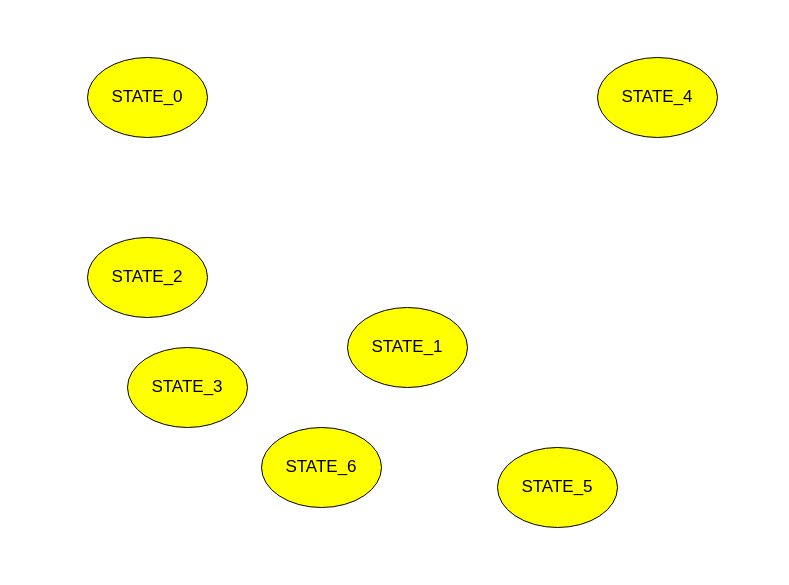
The draw.io diagram Untitled Diagram.drawio in Alves201/Sl-trabalho-final, before the edit. Source tidied: cells renumbered, new cells numbered last; positions are measured from the earlier drawing's top-left corner, leaving out a move shared by most shapes. Both pictures are drawn from the tidied source at 100%, with x=0, y=0 at pixel (87, 57).
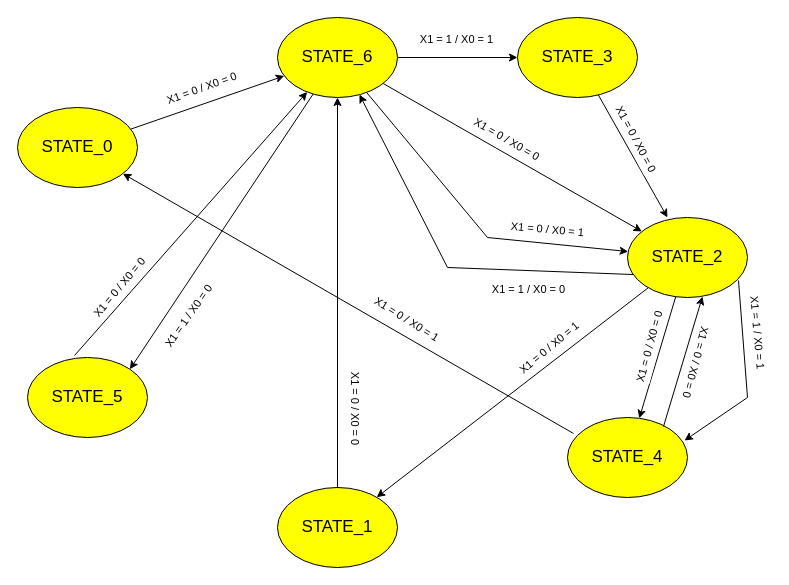
The same page after the edit.

Commit message:
Diagrama de estados completo

The edit, as a diff of the source:
```diff
@@
     <mxCell id="2" value="STATE_1" style="ellipse;whiteSpace=wrap;html=1;fontSize=17;fillColor=#FFFF00;" parent="1" vertex="1">
-      <mxGeometry x="260" y="250" width="120" height="80" as="geometry" />
+      <mxGeometry x="190" y="430" width="120" height="80" as="geometry" />
     </mxCell>
     <mxCell id="3" value="STATE_2" style="ellipse;whiteSpace=wrap;html=1;fontSize=17;fillColor=#FFFF00;" parent="1" vertex="1">
-      <mxGeometry y="180" width="120" height="80" as="geometry" />
+      <mxGeometry x="540" y="160" width="120" height="80" as="geometry" />
     </mxCell>
     <mxCell id="4" value="STATE_0" style="ellipse;whiteSpace=wrap;html=1;fontSize=17;fillColor=#FFFF00;" parent="1" vertex="1">
-      <mxGeometry width="120" height="80" as="geometry" />
+      <mxGeometry x="-70" y="50" width="120" height="80" as="geometry" />
     </mxCell>
     <mxCell id="5" value="STATE_3" style="ellipse;whiteSpace=wrap;html=1;fontSize=17;fillColor=#FFFF00;" parent="1" vertex="1">
-      <mxGeometry x="40" y="290" width="120" height="80" as="geometry" />
+      <mxGeometry x="430" y="-40" width="120" height="80" as="geometry" />
     </mxCell>
     <mxCell id="6" value="STATE_4" style="ellipse;whiteSpace=wrap;html=1;fontSize=17;fillColor=#FFFF00;" parent="1" vertex="1">
-      <mxGeometry x="510" width="120" height="80" as="geometry" />
+      <mxGeometry x="480" y="360" width="120" height="80" as="geometry" />
     </mxCell>
     <mxCell id="7" value="STATE_5" style="ellipse;whiteSpace=wrap;html=1;fontSize=17;fillColor=#FFFF00;" parent="1" vertex="1">
-      <mxGeometry x="410" y="390" width="120" height="80" as="geometry" />
+      <mxGeometry x="-60" y="300" width="120" height="80" as="geometry" />
     </mxCell>
     <mxCell id="8" value="STATE_6" style="ellipse;whiteSpace=wrap;html=1;fontSize=17;fillColor=#FFFF00;" parent="1" vertex="1">
-      <mxGeometry x="174" y="370" width="120" height="80" as="geometry" />
+      <mxGeometry x="190" y="-40" width="120" height="80" as="geometry" />
     </mxCell>
+    <mxCell id="9" style="endArrow=classic;html=1;rounded=0;fontSize=17;" parent="1" edge="1" source="4" target="8">
+      <mxGeometry relative="1" as="geometry" />
+    </mxCell>
+    <mxCell id="10" value="&lt;font style=&quot;font-size: 11px&quot;&gt;X1 = 0 / X0 = 0&lt;/font&gt;" style="edgeLabel;html=1;align=center;verticalAlign=middle;fontSize=17;rotation=-50;" parent="9" vertex="1">
+      <mxGeometry x="0.12" y="-2" relative="1" as="geometry">
+        <mxPoint x="-100" y="186" as="offset" />
+      </mxGeometry>
+    </mxCell>
+    <mxCell id="11" style="endArrow=classic;html=1;rounded=0;fontSize=17;" parent="1" edge="1" source="8" target="3">
+      <mxGeometry relative="1" as="geometry" />
+    </mxCell>
+    <mxCell id="12" style="endArrow=classic;html=1;rounded=0;fontSize=17;" parent="1" edge="1" source="3" target="6">
+      <mxGeometry relative="1" as="geometry" />
+    </mxCell>
+    <mxCell id="13" style="endArrow=classic;html=1;rounded=0;fontSize=17;entryX=0.625;entryY=0.988;entryDx=0;entryDy=0;entryPerimeter=0;exitX=0.8;exitY=0.113;exitDx=0;exitDy=0;exitPerimeter=0;" parent="1" edge="1" source="6" target="3">
+      <mxGeometry relative="1" as="geometry" />
+    </mxCell>
+    <mxCell id="14" style="endArrow=classic;html=1;rounded=0;fontSize=17;" parent="1" edge="1" source="3" target="2">
+      <mxGeometry relative="1" as="geometry" />
+    </mxCell>
+    <mxCell id="15" style="endArrow=classic;html=1;rounded=0;fontSize=17;" parent="1" edge="1" source="2" target="8">
+      <mxGeometry relative="1" as="geometry" />
+    </mxCell>
+    <mxCell id="16" style="endArrow=classic;html=1;rounded=0;fontSize=17;" parent="1" edge="1" source="8" target="3">
+      <mxGeometry relative="1" as="geometry">
+        <Array as="points">
+          <mxPoint x="400" y="180" />
+        </Array>
+      </mxGeometry>
+    </mxCell>
+    <mxCell id="17" style="endArrow=classic;html=1;rounded=0;fontSize=17;entryX=0.683;entryY=0.963;entryDx=0;entryDy=0;entryPerimeter=0;exitX=0.05;exitY=0.713;exitDx=0;exitDy=0;exitPerimeter=0;" parent="1" edge="1" source="3" target="8">
+      <mxGeometry relative="1" as="geometry">
+        <Array as="points">
+          <mxPoint x="360" y="210" />
+        </Array>
+      </mxGeometry>
+    </mxCell>
+    <mxCell id="18" style="endArrow=classic;html=1;rounded=0;fontSize=17;entryX=1;entryY=0;entryDx=0;entryDy=0;" parent="1" edge="1" source="8" target="7">
+      <mxGeometry relative="1" as="geometry" />
+    </mxCell>
+    <mxCell id="19" style="endArrow=classic;html=1;rounded=0;fontSize=17;exitX=0.392;exitY=-0.025;exitDx=0;exitDy=0;exitPerimeter=0;" parent="1" edge="1" source="7" target="8">
+      <mxGeometry relative="1" as="geometry" />
+    </mxCell>
+    <mxCell id="20" style="endArrow=classic;html=1;rounded=0;fontSize=17;exitX=1;exitY=0.5;exitDx=0;exitDy=0;entryX=0;entryY=0.5;entryDx=0;entryDy=0;" parent="1" edge="1" source="8" target="5">
+      <mxGeometry relative="1" as="geometry" />
+    </mxCell>
+    <mxCell id="21" style="endArrow=classic;html=1;rounded=0;fontSize=17;entryX=0.333;entryY=0;entryDx=0;entryDy=0;entryPerimeter=0;" parent="1" edge="1" source="5" target="3">
+      <mxGeometry relative="1" as="geometry" />
+    </mxCell>
+    <mxCell id="22" style="endArrow=classic;html=1;rounded=0;fontSize=17;exitX=0.925;exitY=0.788;exitDx=0;exitDy=0;exitPerimeter=0;entryX=0.975;entryY=0.288;entryDx=0;entryDy=0;entryPerimeter=0;" parent="1" edge="1" source="3" target="6">
+      <mxGeometry relative="1" as="geometry">
+        <Array as="points">
+          <mxPoint x="660" y="340" />
+        </Array>
+      </mxGeometry>
+    </mxCell>
+    <mxCell id="23" style="endArrow=classic;html=1;rounded=0;fontSize=17;exitX=0.05;exitY=0.2;exitDx=0;exitDy=0;exitPerimeter=0;" parent="1" edge="1" source="6" target="4">
+      <mxGeometry relative="1" as="geometry" />
+    </mxCell>
+    <mxCell id="24" value="&lt;font style=&quot;font-size: 11px&quot;&gt;X1 = 0 / X0 = 0&lt;/font&gt;" style="edgeLabel;html=1;align=center;verticalAlign=middle;fontSize=17;rotation=30;" parent="1" vertex="1">
+      <mxGeometry x="420" y="80" as="geometry" />
+    </mxCell>
+    <mxCell id="25" value="&lt;font style=&quot;font-size: 11px&quot;&gt;X1 = 0 / X0 = 0&lt;/font&gt;" style="edgeLabel;html=1;align=center;verticalAlign=middle;fontSize=17;rotation=-75;" parent="1" vertex="1">
+      <mxGeometry x="560" y="290" as="geometry" />
+    </mxCell>
+    <mxCell id="26" value="&lt;font style=&quot;font-size: 11px&quot;&gt;X1 = 0 / X0 = 0&lt;/font&gt;" style="edgeLabel;html=1;align=center;verticalAlign=middle;fontSize=17;rotation=105;" parent="1" vertex="1">
+      <mxGeometry x="610" y="300" as="geometry">
+        <mxPoint x="4.8" y="-1.3" as="offset" />
+      </mxGeometry>
+    </mxCell>
+    <mxCell id="27" value="&lt;font style=&quot;font-size: 11px&quot;&gt;X1 = 0 / X0 = 1&lt;/font&gt;" style="edgeLabel;html=1;align=center;verticalAlign=middle;fontSize=17;rotation=-40;" parent="1" vertex="1">
+      <mxGeometry x="460" y="290" as="geometry" />
+    </mxCell>
+    <mxCell id="28" value="&lt;font style=&quot;font-size: 11px&quot;&gt;X1 = 0 / X0 = 0&lt;/font&gt;" style="edgeLabel;html=1;align=center;verticalAlign=middle;fontSize=17;rotation=90;" parent="1" vertex="1">
+      <mxGeometry x="270" y="350" as="geometry" />
+    </mxCell>
+    <mxCell id="29" value="&lt;font style=&quot;font-size: 11px&quot;&gt;X1 = 0 / X0 = 1&lt;/font&gt;" style="edgeLabel;html=1;align=center;verticalAlign=middle;fontSize=17;rotation=5;" parent="1" vertex="1">
+      <mxGeometry x="460" y="170" as="geometry" />
+    </mxCell>
+    <mxCell id="30" value="&lt;font style=&quot;font-size: 11px&quot;&gt;X1 = 1 / X0 = 0&lt;/font&gt;" style="edgeLabel;html=1;align=center;verticalAlign=middle;fontSize=17;rotation=0;" parent="1" vertex="1">
+      <mxGeometry x="440" y="230" as="geometry" />
+    </mxCell>
+    <mxCell id="31" value="&lt;font style=&quot;font-size: 11px&quot;&gt;X1 = 0 / X0 = 0&lt;/font&gt;" style="edgeLabel;html=1;align=center;verticalAlign=middle;fontSize=17;rotation=-20;" parent="1" vertex="1">
+      <mxGeometry x="120" y="30" as="geometry">
+        <mxPoint x="-6.6" y="-2.4" as="offset" />
+      </mxGeometry>
+    </mxCell>
+    <mxCell id="32" value="&lt;font style=&quot;font-size: 11px&quot;&gt;X1 = 1 / X0 = 0&lt;/font&gt;" style="edgeLabel;html=1;align=center;verticalAlign=middle;fontSize=17;rotation=-55;" parent="1" vertex="1">
+      <mxGeometry x="100" y="260" as="geometry">
+        <mxPoint x="1.5" y="-1.3" as="offset" />
+      </mxGeometry>
+    </mxCell>
+    <mxCell id="33" value="&lt;font style=&quot;font-size: 11px&quot;&gt;X1 = 1 / X0 = 1&lt;/font&gt;" style="edgeLabel;html=1;align=center;verticalAlign=middle;fontSize=17;rotation=0;" parent="1" vertex="1">
+      <mxGeometry x="360" y="-20" as="geometry">
+        <mxPoint x="8" as="offset" />
+      </mxGeometry>
+    </mxCell>
+    <mxCell id="34" value="&lt;font style=&quot;font-size: 11px&quot;&gt;X1 = 0 / X0 = 0&lt;/font&gt;" style="edgeLabel;html=1;align=center;verticalAlign=middle;fontSize=17;rotation=62;" parent="1" vertex="1">
+      <mxGeometry x="550" y="80" as="geometry" />
+    </mxCell>
+    <mxCell id="35" value="&lt;font style=&quot;font-size: 11px&quot;&gt;X1 = 1&amp;nbsp;/ X0 = 1&lt;/font&gt;" style="edgeLabel;html=1;align=center;verticalAlign=middle;fontSize=17;rotation=85;" parent="1" vertex="1">
+      <mxGeometry x="670" y="270" as="geometry">
+        <mxPoint x="4.8" y="-1.3" as="offset" />
+      </mxGeometry>
+    </mxCell>
+    <mxCell id="36" value="&lt;font style=&quot;font-size: 11px&quot;&gt;X1 = 0 / X0 = 1&lt;/font&gt;" style="edgeLabel;html=1;align=center;verticalAlign=middle;fontSize=17;rotation=32;" parent="1" vertex="1">
+      <mxGeometry x="320" y="260" as="geometry" />
+    </mxCell>
```
